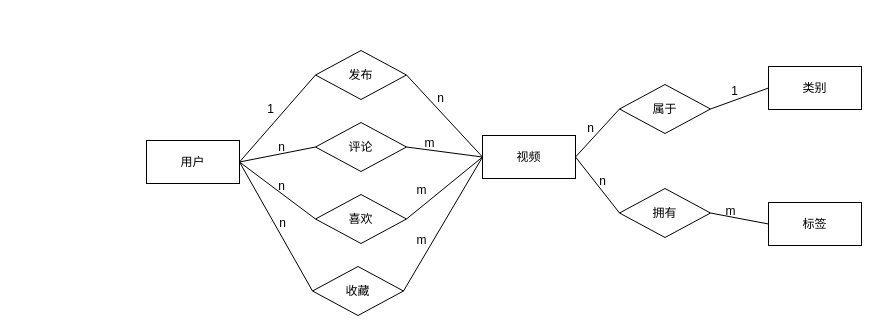
This is app/er图.drawio from Kuzma77/Picture, a draw.io file, before an edit. Source tidied: cells renumbered, new cells numbered last; positions are measured from the earlier drawing's top-left corner, leaving out a move shared by most shapes. Both pictures are drawn from the tidied source at 100%, with x=0, y=0 at pixel (146, 50).
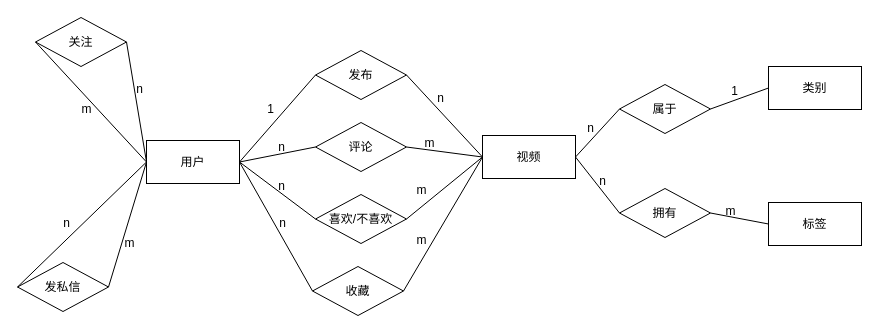
Above is the later version.

The change refers to these unchanged cells:
```xml
<mxCell id="2" value="用户" style="rounded=0;whiteSpace=wrap;html=1;" parent="1" vertex="1">
  <mxGeometry y="90" width="93" height="43" as="geometry" />
</mxCell>
```

The edit, as a diff of the source:
```diff
@@
-    <mxCell id="7" value="喜欢" style="rhombus;whiteSpace=wrap;html=1;" parent="1" vertex="1">
+    <mxCell id="7" value="喜欢/不喜欢" style="rhombus;whiteSpace=wrap;html=1;" parent="1" vertex="1">
       <mxGeometry x="169" y="144" width="91" height="49" as="geometry" />
     </mxCell>
@@
+    <mxCell id="36" value="关注" style="rhombus;whiteSpace=wrap;html=1;" parent="1" vertex="1">
+      <mxGeometry x="-111" y="-33" width="91" height="49" as="geometry" />
+    </mxCell>
+    <mxCell id="37" style="endArrow=none;html=1;rounded=0;entryX=0;entryY=0.5;entryDx=0;entryDy=0;exitX=1;exitY=0.5;exitDx=0;exitDy=0;" parent="1" edge="1" source="36" target="2">
+      <mxGeometry relative="1" as="geometry" />
+    </mxCell>
+    <mxCell id="38" style="endArrow=none;html=1;rounded=0;entryX=0;entryY=0.5;entryDx=0;entryDy=0;exitX=0;exitY=0.5;exitDx=0;exitDy=0;" parent="1" edge="1" source="2" target="36">
+      <mxGeometry relative="1" as="geometry" />
+    </mxCell>
+    <mxCell id="39" value="n" style="text;html=1;align=center;verticalAlign=middle;strokeColor=none;fillColor=none;" parent="1" vertex="1">
+      <mxGeometry x="-20" y="26" width="25" height="26" as="geometry" />
+    </mxCell>
+    <mxCell id="40" value="m" style="text;html=1;align=center;verticalAlign=middle;strokeColor=none;fillColor=none;" parent="1" vertex="1">
+      <mxGeometry x="-74" y="46" width="28" height="26" as="geometry" />
+    </mxCell>
+    <mxCell id="41" value="发私信" style="rhombus;whiteSpace=wrap;html=1;" parent="1" vertex="1">
+      <mxGeometry x="-129" y="212" width="91" height="49" as="geometry" />
+    </mxCell>
+    <mxCell id="42" style="endArrow=none;html=1;rounded=0;entryX=0;entryY=0.5;entryDx=0;entryDy=0;exitX=0;exitY=0.5;exitDx=0;exitDy=0;" parent="1" edge="1" source="41" target="2">
+      <mxGeometry relative="1" as="geometry" />
+    </mxCell>
+    <mxCell id="43" style="endArrow=none;html=1;rounded=0;entryX=0;entryY=0.5;entryDx=0;entryDy=0;exitX=1;exitY=0.5;exitDx=0;exitDy=0;" parent="1" edge="1" source="41" target="2">
+      <mxGeometry relative="1" as="geometry" />
+    </mxCell>
+    <mxCell id="44" value="n" style="text;html=1;align=center;verticalAlign=middle;strokeColor=none;fillColor=none;" parent="1" vertex="1">
+      <mxGeometry x="-93" y="160" width="25" height="26" as="geometry" />
+    </mxCell>
+    <mxCell id="45" value="m" style="text;html=1;align=center;verticalAlign=middle;strokeColor=none;fillColor=none;" parent="1" vertex="1">
+      <mxGeometry x="-31" y="180" width="28" height="26" as="geometry" />
+    </mxCell>
```
